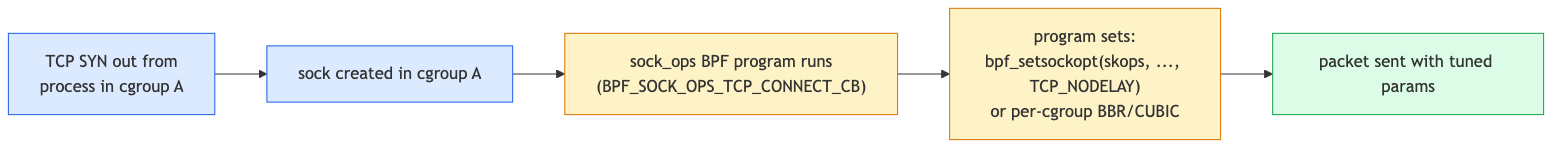
biefy/books keeps this Mermaid diagram as ebpf/src/diagrams/day19_sockops_flow.png. Above is the earlier version. Its source is kept beside it as ebpf/src/diagrams/src/day19_sockops_flow.mmd.
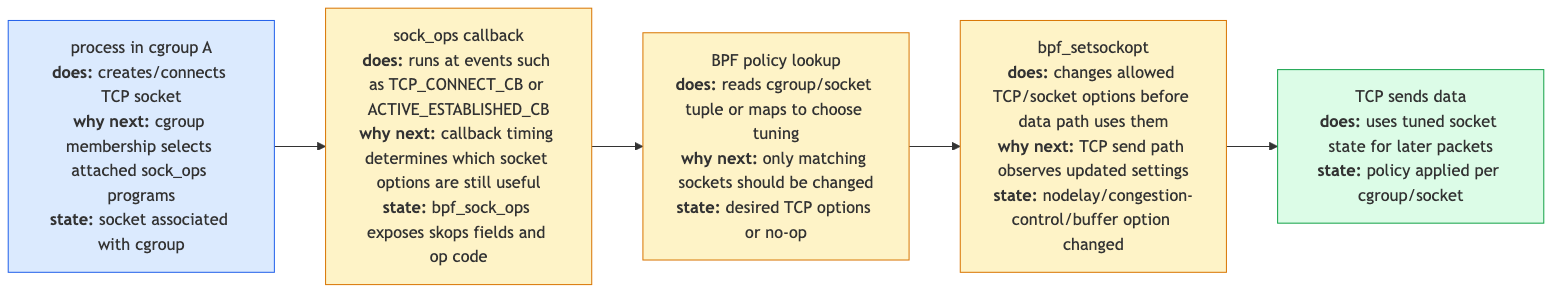
Later version of the same file.

What changed in the source:
```diff
@@ -1,18 +1,15 @@
 flowchart LR
-    Pkt["TCP SYN out from<br/>process in cgroup A"]
-    Sock["sock created in cgroup A"]
-    SO["sock_ops BPF program runs<br/>(BPF_SOCK_OPS_TCP_CONNECT_CB)"]
-    Tune["program sets:<br/>bpf_setsockopt(skops, ..., TCP_NODELAY)<br/>or per-cgroup BBR/CUBIC"]
-    Send["packet sent with tuned params"]
+    Proc["process in cgroup A<br/><b>does:</b> creates/connects TCP socket<br/><b>why next:</b> cgroup membership selects attached sock_ops programs<br/><b>state:</b> socket associated with cgroup"]
+    Callback["sock_ops callback<br/><b>does:</b> runs at events such as TCP_CONNECT_CB or ACTIVE_ESTABLISHED_CB<br/><b>why next:</b> callback timing determines which socket options are still useful<br/><b>state:</b> bpf_sock_ops exposes skops fields and op code"]
+    Policy["BPF policy lookup<br/><b>does:</b> reads cgroup/socket tuple or maps to choose tuning<br/><b>why next:</b> only matching sockets should be changed<br/><b>state:</b> desired TCP options or no-op"]
+    SetOpt["bpf_setsockopt<br/><b>does:</b> changes allowed TCP/socket options before data path uses them<br/><b>why next:</b> TCP send path observes updated settings<br/><b>state:</b> nodelay/congestion-control/buffer option changed"]
+    Send["TCP sends data<br/><b>does:</b> uses tuned socket state for later packets<br/><b>state:</b> policy applied per cgroup/socket"]
 
-    Pkt --> Sock
-    Sock --> SO
-    SO --> Tune
-    Tune --> Send
+    Proc --> Callback --> Policy --> SetOpt --> Send
 
     classDef in fill:#dbeafe,stroke:#2563eb
     classDef hot fill:#fef3c7,stroke:#d97706
     classDef ok fill:#dcfce7,stroke:#16a34a
-    class Pkt,Sock in
-    class SO,Tune hot
+    class Proc in
+    class Callback,Policy,SetOpt hot
     class Send ok
```
